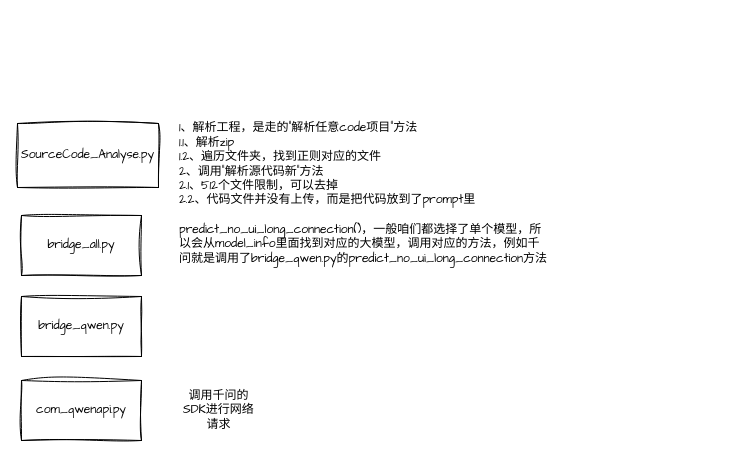
Above: gpt_academic.drawio in TryLoveCatch/charts (draw.io), before the change. Source tidied: cells renumbered, new cells numbered last; positions are measured from the earlier drawing's top-left corner, leaving out a move shared by most shapes. Both pictures are drawn from the tidied source at 100%, with x=0, y=0 at pixel (17, 119).
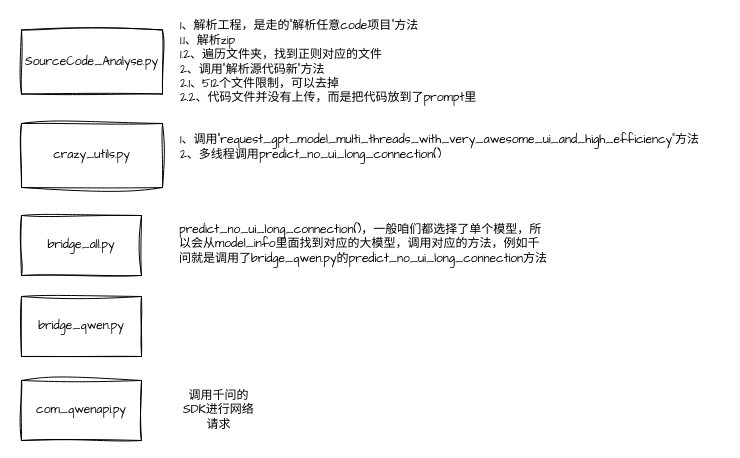
The same page after the edit.

Change to the diagram source:
```diff
@@
 <mxGraphModel>
   <root>
     <mxCell id="0" />
     <mxCell id="1" parent="0" />
     <mxCell id="2" value="com_qwenapi.py" style="rounded=0;whiteSpace=wrap;html=1;sketch=1;curveFitting=1;jiggle=2;fontFamily=Comic Sans MS;" parent="1" vertex="1">
       <mxGeometry x="4" y="261" width="120" height="60" as="geometry" />
     </mxCell>
     <mxCell id="3" value="调用千问的SDK进行网络请求" style="text;html=1;align=center;verticalAlign=middle;whiteSpace=wrap;rounded=0;fontFamily=Comic Sans MS;fontSize=12;fontColor=default;" parent="1" vertex="1">
       <mxGeometry x="160" y="269.5" width="83" height="43" as="geometry" />
     </mxCell>
     <mxCell id="4" value="bridge_qwen.py" style="rounded=0;whiteSpace=wrap;html=1;sketch=1;curveFitting=1;jiggle=2;fontFamily=Comic Sans MS;" parent="1" vertex="1">
       <mxGeometry x="4" y="177" width="120" height="60" as="geometry" />
     </mxCell>
     <mxCell id="5" value="bridge_all.py" style="rounded=0;whiteSpace=wrap;html=1;sketch=1;curveFitting=1;jiggle=2;fontFamily=Comic Sans MS;" parent="1" vertex="1">
       <mxGeometry x="4" y="96" width="120" height="60" as="geometry" />
     </mxCell>
     <mxCell id="6" value="predict_no_ui_long_connection()，一般咱们都选择了单个模型，所以会从model_info里面找到对应的大模型，调用对应的方法，例如千问就是调用了&lt;span style=&quot;text-align: center;&quot;&gt;bridge_qwen.py的&lt;/span&gt;predict_no_ui_long_connection方法" style="text;html=1;align=left;verticalAlign=middle;whiteSpace=wrap;rounded=0;fontFamily=Comic Sans MS;fontSize=12;fontColor=default;" parent="1" vertex="1">
       <mxGeometry x="160" y="93" width="373" height="63" as="geometry" />
     </mxCell>
     <mxCell id="7" value="SourceCode_Analyse.py" style="rounded=0;whiteSpace=wrap;html=1;sketch=1;curveFitting=1;jiggle=2;fontFamily=Comic Sans MS;" parent="1" vertex="1">
-      <mxGeometry y="4" width="141" height="64" as="geometry" />
+      <mxGeometry x="4" y="-89.5" width="141" height="64" as="geometry" />
     </mxCell>
     <mxCell id="8" value="1、解析工程，是走的&quot;解析任意code项目&quot;方法&lt;div&gt;1.1、解析zip&lt;/div&gt;&lt;div&gt;1.2、遍历文件夹，找到正则对应的文件&lt;/div&gt;&lt;div&gt;2、调用&quot;解析源代码新&quot;方法&lt;/div&gt;&lt;div&gt;2.1、512个文件限制，可以去掉&lt;/div&gt;&lt;div&gt;2.2、代码文件并没有上传，而是把代码放到了prompt里&lt;/div&gt;" style="text;html=1;align=left;verticalAlign=middle;whiteSpace=wrap;rounded=0;fontFamily=Comic Sans MS;fontSize=12;fontColor=default;" parent="1" vertex="1">
-      <mxGeometry x="160" width="387" height="89" as="geometry" />
+      <mxGeometry x="161" y="-102" width="387" height="89" as="geometry" />
     </mxCell>
+    <mxCell id="9" value="crazy_utils.py" style="rounded=0;whiteSpace=wrap;html=1;sketch=1;curveFitting=1;jiggle=2;fontFamily=Comic Sans MS;" parent="1" vertex="1">
+      <mxGeometry x="4" y="4" width="141" height="64" as="geometry" />
+    </mxCell>
+    <mxCell id="10" value="1、调用&quot;request_gpt_model_multi_threads_with_very_awesome_ui_and_high_efficiency&quot;方法&lt;div&gt;2、多线程调用&lt;span style=&quot;background-color: initial;&quot;&gt;predict_no_ui_long_connection()&lt;/span&gt;&lt;/div&gt;" style="text;html=1;align=left;verticalAlign=middle;whiteSpace=wrap;rounded=0;fontFamily=Comic Sans MS;fontSize=12;fontColor=default;" parent="1" vertex="1">
+      <mxGeometry x="161" y="13" width="544" height="30" as="geometry" />
+    </mxCell>
   </root>
 </mxGraphModel>
```
